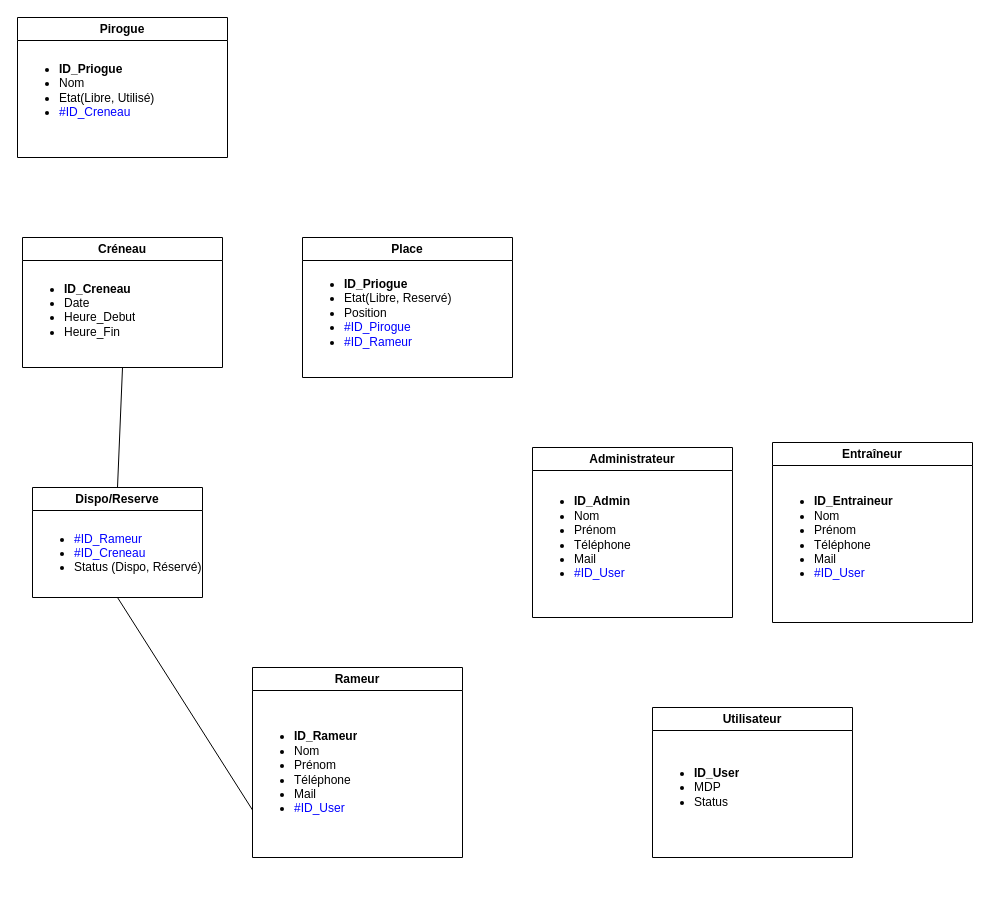
Above: Docs/Back_End/MLD_VAapp.drawio in tteuru09/VAapp_project (draw.io), before the change. Source tidied: cells renumbered, new cells numbered last; positions are measured from the earlier drawing's top-left corner, leaving out a move shared by most shapes. Both pictures are drawn from the tidied source at 100%, with x=0, y=0 at pixel (17, 17).
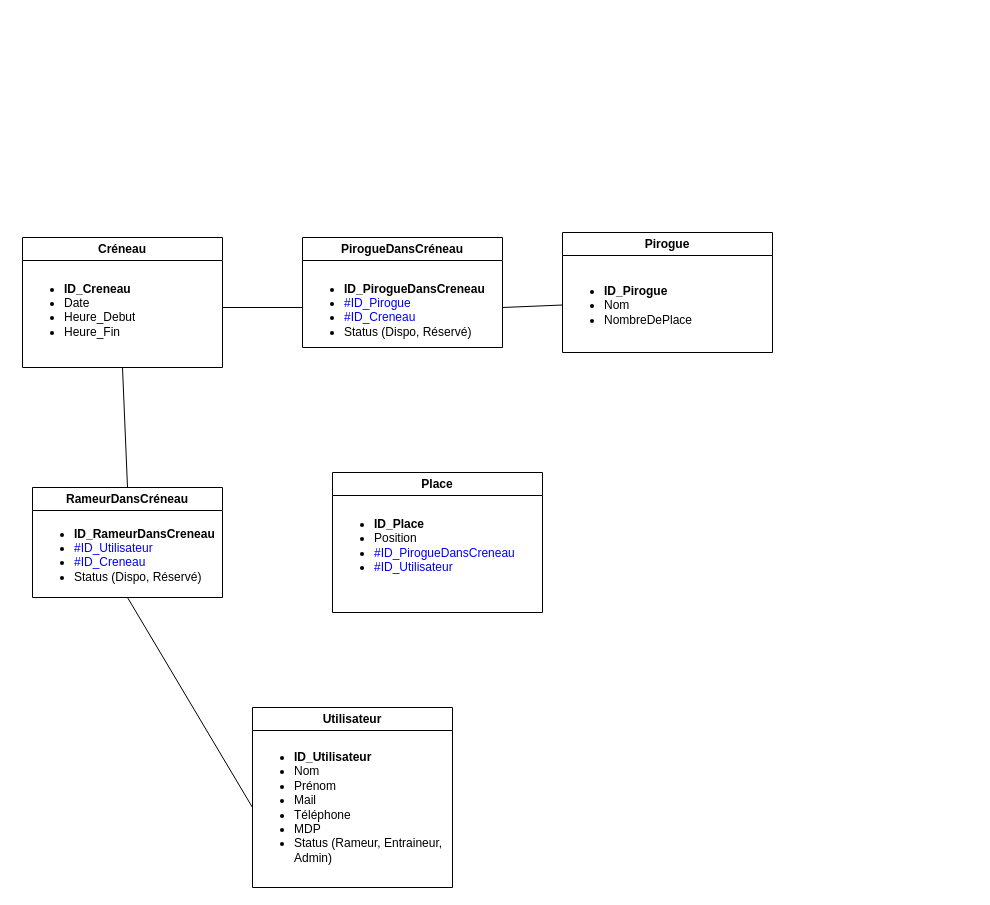
The same page after the edit.

Diff of the diagram source:
```diff
@@
 <mxGraphModel>
   <root>
     <mxCell id="0" />
     <mxCell id="1" parent="0" />
-    <mxCell id="2" value="Rameur" style="swimlane;whiteSpace=wrap;html=1;" parent="1" vertex="1">
-      <mxGeometry x="235" y="650" width="210" height="190" as="geometry" />
-    </mxCell>
-    <mxCell id="3" value="&lt;ul&gt;&lt;li&gt;&lt;b&gt;ID_Rameur&lt;/b&gt;&lt;/li&gt;&lt;li&gt;Nom&lt;/li&gt;&lt;li&gt;Prénom&lt;/li&gt;&lt;li&gt;Téléphone&lt;/li&gt;&lt;li&gt;Mail&lt;/li&gt;&lt;li&gt;&lt;font color=&quot;#0000ff&quot;&gt;#ID_User&lt;/font&gt;&lt;/li&gt;&lt;/ul&gt;" style="text;strokeColor=none;fillColor=none;html=1;whiteSpace=wrap;verticalAlign=middle;overflow=hidden;" parent="2" vertex="1">
-      <mxGeometry y="30" width="210" height="150" as="geometry" />
-    </mxCell>
-    <mxCell id="4" value="Entraîneur" style="swimlane;whiteSpace=wrap;html=1;" parent="1" vertex="1">
-      <mxGeometry x="755" y="425" width="200" height="180" as="geometry" />
-    </mxCell>
-    <mxCell id="5" value="&lt;ul&gt;&lt;li style=&quot;border-color: var(--border-color);&quot;&gt;&lt;b&gt;ID_Entraineur&lt;/b&gt;&lt;/li&gt;&lt;li style=&quot;border-color: var(--border-color);&quot;&gt;&lt;span style=&quot;background-color: initial;&quot;&gt;Nom&lt;/span&gt;&lt;br&gt;&lt;/li&gt;&lt;li&gt;Prénom&lt;/li&gt;&lt;li&gt;Téléphone&lt;/li&gt;&lt;li&gt;Mail&lt;/li&gt;&lt;li&gt;&lt;font color=&quot;#0000ff&quot;&gt;#ID_User&lt;/font&gt;&lt;/li&gt;&lt;/ul&gt;" style="text;strokeColor=none;fillColor=none;html=1;whiteSpace=wrap;verticalAlign=middle;overflow=hidden;" parent="4" vertex="1">
-      <mxGeometry y="20" width="200" height="150" as="geometry" />
-    </mxCell>
     <mxCell id="6" value="Créneau" style="swimlane;whiteSpace=wrap;html=1;" parent="1" vertex="1">
       <mxGeometry x="5" y="220" width="200" height="130" as="geometry" />
     </mxCell>
     <mxCell id="7" value="&lt;ul style=&quot;border-color: var(--border-color);&quot;&gt;&lt;li style=&quot;border-color: var(--border-color);&quot;&gt;&lt;b&gt;ID_Creneau&lt;/b&gt;&lt;/li&gt;&lt;li style=&quot;border-color: var(--border-color);&quot;&gt;Date&lt;/li&gt;&lt;li style=&quot;border-color: var(--border-color);&quot;&gt;Heure_Debut&lt;/li&gt;&lt;li style=&quot;border-color: var(--border-color);&quot;&gt;Heure_Fin&lt;/li&gt;&lt;/ul&gt;&lt;div&gt;&lt;/div&gt;" style="text;strokeColor=none;fillColor=none;html=1;whiteSpace=wrap;verticalAlign=middle;overflow=hidden;" parent="6" vertex="1">
       <mxGeometry y="30" width="200" height="80" as="geometry" />
     </mxCell>
     <mxCell id="8" value="Pirogue" style="swimlane;whiteSpace=wrap;html=1;" parent="1" vertex="1">
-      <mxGeometry width="210" height="140" as="geometry" />
+      <mxGeometry x="545" y="215" width="210" height="120" as="geometry" />
     </mxCell>
-    <mxCell id="9" value="&lt;ul style=&quot;border-color: var(--border-color);&quot;&gt;&lt;li style=&quot;border-color: var(--border-color);&quot;&gt;&lt;b&gt;ID_Priogue&lt;/b&gt;&lt;/li&gt;&lt;li style=&quot;border-color: var(--border-color);&quot;&gt;Nom&lt;/li&gt;&lt;li style=&quot;border-color: var(--border-color);&quot;&gt;Etat(Libre, Utilisé)&lt;/li&gt;&lt;li style=&quot;border-color: var(--border-color);&quot;&gt;&lt;font color=&quot;#0000ff&quot;&gt;#ID_Creneau&lt;/font&gt;&lt;/li&gt;&lt;/ul&gt;&lt;div&gt;&lt;/div&gt;" style="text;strokeColor=none;fillColor=none;html=1;whiteSpace=wrap;verticalAlign=middle;overflow=hidden;" parent="8" vertex="1">
+    <mxCell id="9" value="&lt;ul style=&quot;border-color: var(--border-color);&quot;&gt;&lt;li style=&quot;border-color: var(--border-color);&quot;&gt;&lt;b&gt;ID_Pirogue&lt;/b&gt;&lt;/li&gt;&lt;li style=&quot;border-color: var(--border-color);&quot;&gt;Nom&lt;/li&gt;&lt;li style=&quot;border-color: var(--border-color);&quot;&gt;NombreDePlace&lt;/li&gt;&lt;/ul&gt;&lt;div&gt;&lt;/div&gt;" style="text;strokeColor=none;fillColor=none;html=1;whiteSpace=wrap;verticalAlign=middle;overflow=hidden;" parent="8" vertex="1">
       <mxGeometry y="25" width="210" height="95" as="geometry" />
     </mxCell>
     <mxCell id="10" style="endArrow=none;html=1;rounded=0;entryX=0.5;entryY=1;entryDx=0;entryDy=0;exitX=0.5;exitY=0;exitDx=0;exitDy=0;" parent="1" edge="1" source="14" target="6">
       <mxGeometry relative="1" as="geometry" />
     </mxCell>
-    <mxCell id="11" style="endArrow=none;html=1;rounded=0;entryX=0.5;entryY=1;entryDx=0;entryDy=0;exitX=0;exitY=0.75;exitDx=0;exitDy=0;" parent="1" edge="1" source="3" target="14">
+    <mxCell id="11" style="endArrow=none;html=1;rounded=0;entryX=0.5;entryY=1;entryDx=0;entryDy=0;exitX=0;exitY=0.5;exitDx=0;exitDy=0;" parent="1" edge="1" source="17" target="14">
       <mxGeometry relative="1" as="geometry" />
     </mxCell>
-    <mxCell id="12" value="Administrateur" style="swimlane;whiteSpace=wrap;html=1;" parent="1" vertex="1">
-      <mxGeometry x="515" y="430" width="200" height="170" as="geometry" />
-    </mxCell>
-    <mxCell id="13" value="&lt;ul&gt;&lt;li style=&quot;border-color: var(--border-color);&quot;&gt;&lt;b&gt;ID_Admin&lt;/b&gt;&lt;/li&gt;&lt;li style=&quot;border-color: var(--border-color);&quot;&gt;Nom&lt;br style=&quot;border-color: var(--border-color);&quot;&gt;&lt;/li&gt;&lt;li style=&quot;border-color: var(--border-color);&quot;&gt;Prénom&lt;/li&gt;&lt;li style=&quot;border-color: var(--border-color);&quot;&gt;Téléphone&lt;/li&gt;&lt;li style=&quot;border-color: var(--border-color);&quot;&gt;Mail&lt;/li&gt;&lt;li style=&quot;border-color: var(--border-color);&quot;&gt;&lt;font color=&quot;#0000ff&quot;&gt;#ID_User&lt;/font&gt;&lt;/li&gt;&lt;/ul&gt;" style="text;strokeColor=none;fillColor=none;html=1;whiteSpace=wrap;verticalAlign=middle;overflow=hidden;" parent="12" vertex="1">
-      <mxGeometry y="30" width="200" height="120" as="geometry" />
-    </mxCell>
-    <mxCell id="14" value="Dispo/Reserve" style="swimlane;whiteSpace=wrap;html=1;startSize=23;" parent="1" vertex="1">
-      <mxGeometry x="15" y="470" width="170" height="110" as="geometry" />
+    <mxCell id="14" value="RameurDansCréneau" style="swimlane;whiteSpace=wrap;html=1;startSize=23;" parent="1" vertex="1">
+      <mxGeometry x="15" y="470" width="190" height="110" as="geometry" />
     </mxCell>
-    <mxCell id="15" value="&lt;ul style=&quot;border-color: var(--border-color);&quot;&gt;&lt;li style=&quot;border-color: var(--border-color);&quot;&gt;&lt;font color=&quot;#0000ff&quot;&gt;#ID_Rameur&lt;/font&gt;&lt;/li&gt;&lt;li style=&quot;border-color: var(--border-color);&quot;&gt;&lt;font color=&quot;#0000ff&quot;&gt;#ID_Creneau&lt;/font&gt;&lt;/li&gt;&lt;li style=&quot;border-color: var(--border-color);&quot;&gt;Status (Dispo, Réservé)&lt;/li&gt;&lt;/ul&gt;&lt;div&gt;&lt;/div&gt;" style="text;strokeColor=none;fillColor=none;html=1;whiteSpace=wrap;verticalAlign=middle;overflow=hidden;" parent="14" vertex="1">
-      <mxGeometry y="30" width="170" height="60" as="geometry" />
+    <mxCell id="15" value="&lt;ul style=&quot;border-color: var(--border-color);&quot;&gt;&lt;li style=&quot;border-color: var(--border-color);&quot;&gt;&lt;b style=&quot;border-color: var(--border-color);&quot;&gt;ID_RameurDansCreneau&lt;/b&gt;&lt;/li&gt;&lt;li style=&quot;border-color: var(--border-color);&quot;&gt;&lt;font color=&quot;#0000ff&quot;&gt;#ID_Utilisateur&lt;/font&gt;&lt;/li&gt;&lt;li style=&quot;border-color: var(--border-color);&quot;&gt;&lt;font color=&quot;#0000ff&quot;&gt;#ID_Creneau&lt;/font&gt;&lt;/li&gt;&lt;li style=&quot;border-color: var(--border-color);&quot;&gt;Status (Dispo, Réservé)&lt;/li&gt;&lt;/ul&gt;&lt;div&gt;&lt;/div&gt;" style="text;strokeColor=none;fillColor=none;html=1;whiteSpace=wrap;verticalAlign=middle;overflow=hidden;" parent="14" vertex="1">
+      <mxGeometry y="25" width="190" height="80" as="geometry" />
     </mxCell>
     <mxCell id="16" value="Utilisateur" style="swimlane;whiteSpace=wrap;html=1;" parent="1" vertex="1">
-      <mxGeometry x="635" y="690" width="200" height="150" as="geometry" />
+      <mxGeometry x="235" y="690" width="200" height="180" as="geometry" />
     </mxCell>
-    <mxCell id="17" value="&lt;ul&gt;&lt;li style=&quot;border-color: var(--border-color);&quot;&gt;&lt;b&gt;ID_User&lt;/b&gt;&lt;/li&gt;&lt;li style=&quot;border-color: var(--border-color);&quot;&gt;&lt;span style=&quot;background-color: initial;&quot;&gt;MDP&lt;/span&gt;&lt;/li&gt;&lt;li style=&quot;border-color: var(--border-color);&quot;&gt;&lt;span style=&quot;background-color: initial;&quot;&gt;Status&lt;/span&gt;&lt;/li&gt;&lt;/ul&gt;" style="text;strokeColor=none;fillColor=none;html=1;whiteSpace=wrap;verticalAlign=middle;overflow=hidden;" parent="16" vertex="1">
-      <mxGeometry y="20" width="200" height="120" as="geometry" />
+    <mxCell id="17" value="&lt;ul&gt;&lt;li style=&quot;border-color: var(--border-color);&quot;&gt;&lt;b&gt;ID_Utilisateur&lt;/b&gt;&lt;/li&gt;&lt;li style=&quot;border-color: var(--border-color);&quot;&gt;Nom&lt;br style=&quot;border-color: var(--border-color);&quot;&gt;&lt;/li&gt;&lt;li style=&quot;border-color: var(--border-color);&quot;&gt;Prénom&lt;/li&gt;&lt;li style=&quot;border-color: var(--border-color);&quot;&gt;Mail&lt;/li&gt;&lt;li style=&quot;border-color: var(--border-color);&quot;&gt;Téléphone&lt;/li&gt;&lt;li style=&quot;border-color: var(--border-color);&quot;&gt;&lt;span style=&quot;background-color: initial;&quot;&gt;MDP&lt;/span&gt;&lt;/li&gt;&lt;li style=&quot;border-color: var(--border-color);&quot;&gt;&lt;span style=&quot;background-color: initial;&quot;&gt;Status (Rameur, Entraineur, Admin)&lt;/span&gt;&lt;/li&gt;&lt;/ul&gt;" style="text;strokeColor=none;fillColor=none;html=1;whiteSpace=wrap;verticalAlign=middle;overflow=hidden;" parent="16" vertex="1">
+      <mxGeometry y="20" width="200" height="160" as="geometry" />
     </mxCell>
     <mxCell id="18" value="Place" style="swimlane;whiteSpace=wrap;html=1;" parent="1" vertex="1">
-      <mxGeometry x="285" y="220" width="210" height="140" as="geometry" />
+      <mxGeometry x="315" y="455" width="210" height="140" as="geometry" />
     </mxCell>
-    <mxCell id="19" value="&lt;ul style=&quot;border-color: var(--border-color);&quot;&gt;&lt;li style=&quot;border-color: var(--border-color);&quot;&gt;&lt;b&gt;ID_Priogue&lt;/b&gt;&lt;/li&gt;&lt;li style=&quot;border-color: var(--border-color);&quot;&gt;Etat(Libre, Reservé)&lt;/li&gt;&lt;li style=&quot;border-color: var(--border-color);&quot;&gt;Position&lt;/li&gt;&lt;li style=&quot;border-color: var(--border-color);&quot;&gt;&lt;font color=&quot;#0000ff&quot;&gt;#ID_Pirogue&lt;/font&gt;&lt;/li&gt;&lt;li style=&quot;border-color: var(--border-color);&quot;&gt;&lt;font style=&quot;border-color: var(--border-color);&quot; color=&quot;#0000ff&quot;&gt;#ID_Rameur&lt;/font&gt;&lt;/li&gt;&lt;/ul&gt;&lt;div&gt;&lt;/div&gt;" style="text;strokeColor=none;fillColor=none;html=1;whiteSpace=wrap;verticalAlign=middle;overflow=hidden;" parent="18" vertex="1">
+    <mxCell id="19" value="&lt;ul style=&quot;border-color: var(--border-color);&quot;&gt;&lt;li style=&quot;border-color: var(--border-color);&quot;&gt;&lt;b&gt;ID_Place&lt;/b&gt;&lt;/li&gt;&lt;li style=&quot;border-color: var(--border-color);&quot;&gt;Position&lt;/li&gt;&lt;li style=&quot;border-color: var(--border-color);&quot;&gt;&lt;font color=&quot;#0000ff&quot;&gt;#ID_PirogueDansCreneau&lt;/font&gt;&lt;/li&gt;&lt;li style=&quot;border-color: var(--border-color);&quot;&gt;&lt;font style=&quot;border-color: var(--border-color);&quot; color=&quot;#0000ff&quot;&gt;#ID_Utilisateur&lt;/font&gt;&lt;/li&gt;&lt;/ul&gt;&lt;div&gt;&lt;/div&gt;" style="text;strokeColor=none;fillColor=none;html=1;whiteSpace=wrap;verticalAlign=middle;overflow=hidden;" parent="18" vertex="1">
       <mxGeometry y="25" width="210" height="95" as="geometry" />
     </mxCell>
+    <mxCell id="20" value="PirogueDansCréneau" style="swimlane;whiteSpace=wrap;html=1;startSize=23;" parent="1" vertex="1">
+      <mxGeometry x="285" y="220" width="200" height="110" as="geometry" />
+    </mxCell>
+    <mxCell id="21" value="&lt;ul style=&quot;border-color: var(--border-color);&quot;&gt;&lt;li style=&quot;border-color: var(--border-color);&quot;&gt;&lt;b&gt;ID_PirogueDansCreneau&lt;/b&gt;&lt;/li&gt;&lt;li style=&quot;border-color: var(--border-color);&quot;&gt;&lt;font color=&quot;#0000ff&quot;&gt;#ID_Pirogue&lt;/font&gt;&lt;/li&gt;&lt;li style=&quot;border-color: var(--border-color);&quot;&gt;&lt;font color=&quot;#0000ff&quot;&gt;#ID_Creneau&lt;/font&gt;&lt;/li&gt;&lt;li style=&quot;border-color: var(--border-color);&quot;&gt;Status (Dispo, Réservé)&lt;/li&gt;&lt;/ul&gt;&lt;div&gt;&lt;/div&gt;" style="text;strokeColor=none;fillColor=none;html=1;whiteSpace=wrap;verticalAlign=middle;overflow=hidden;" parent="20" vertex="1">
+      <mxGeometry y="30" width="200" height="80" as="geometry" />
+    </mxCell>
+    <mxCell id="22" style="endArrow=none;html=1;rounded=0;entryX=1;entryY=0.5;entryDx=0;entryDy=0;exitX=0;exitY=0.5;exitDx=0;exitDy=0;" parent="1" edge="1" source="21" target="7">
+      <mxGeometry relative="1" as="geometry" />
+    </mxCell>
+    <mxCell id="23" style="endArrow=none;html=1;rounded=0;entryX=1;entryY=0.5;entryDx=0;entryDy=0;exitX=0;exitY=0.5;exitDx=0;exitDy=0;" parent="1" edge="1" source="9" target="21">
+      <mxGeometry relative="1" as="geometry" />
+    </mxCell>
   </root>
 </mxGraphModel>
```
